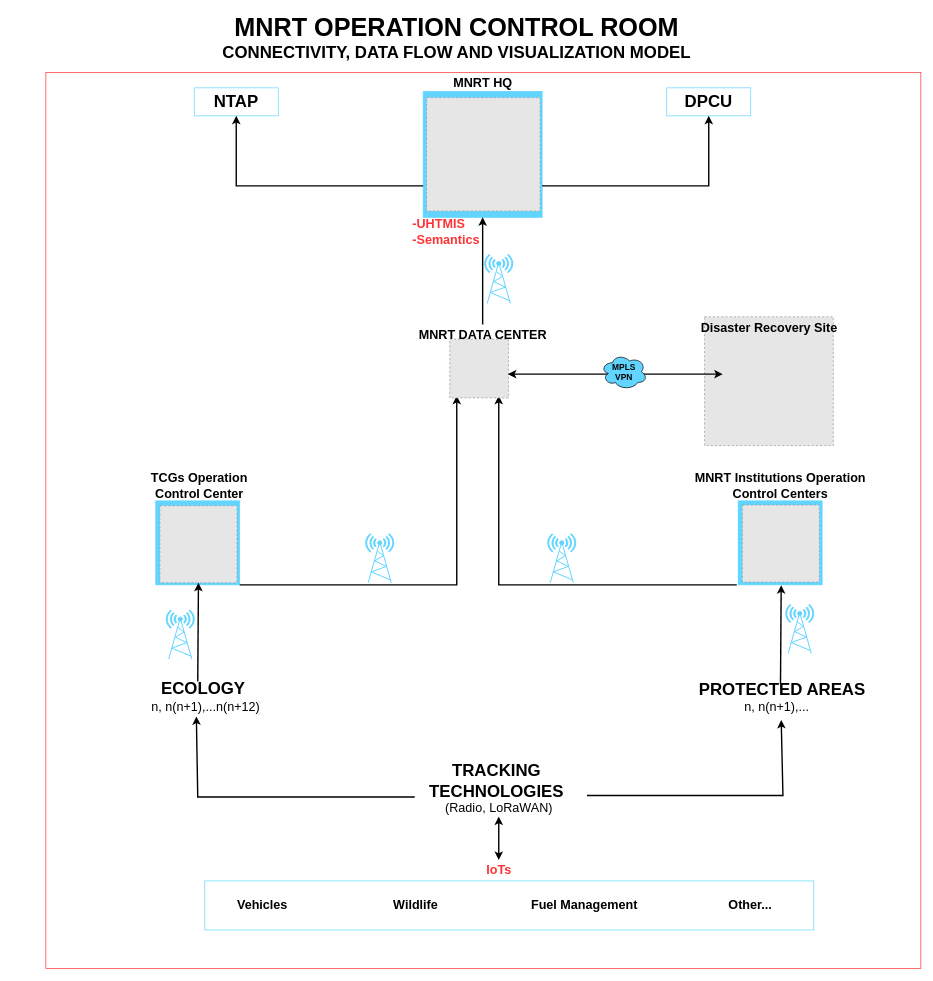
Earlier version of the draw.io diagram control-room.drawio (MbalamulaS/tech-diagrams). Source tidied: cells renumbered, new cells numbered last; positions are measured from the earlier drawing's top-left corner, leaving out a move shared by most shapes. Both pictures are drawn from the tidied source at 70%, with x=0, y=0 at pixel (12, 16). Pictures stored in the file or linked from it are replaced by grey dashed boxes.
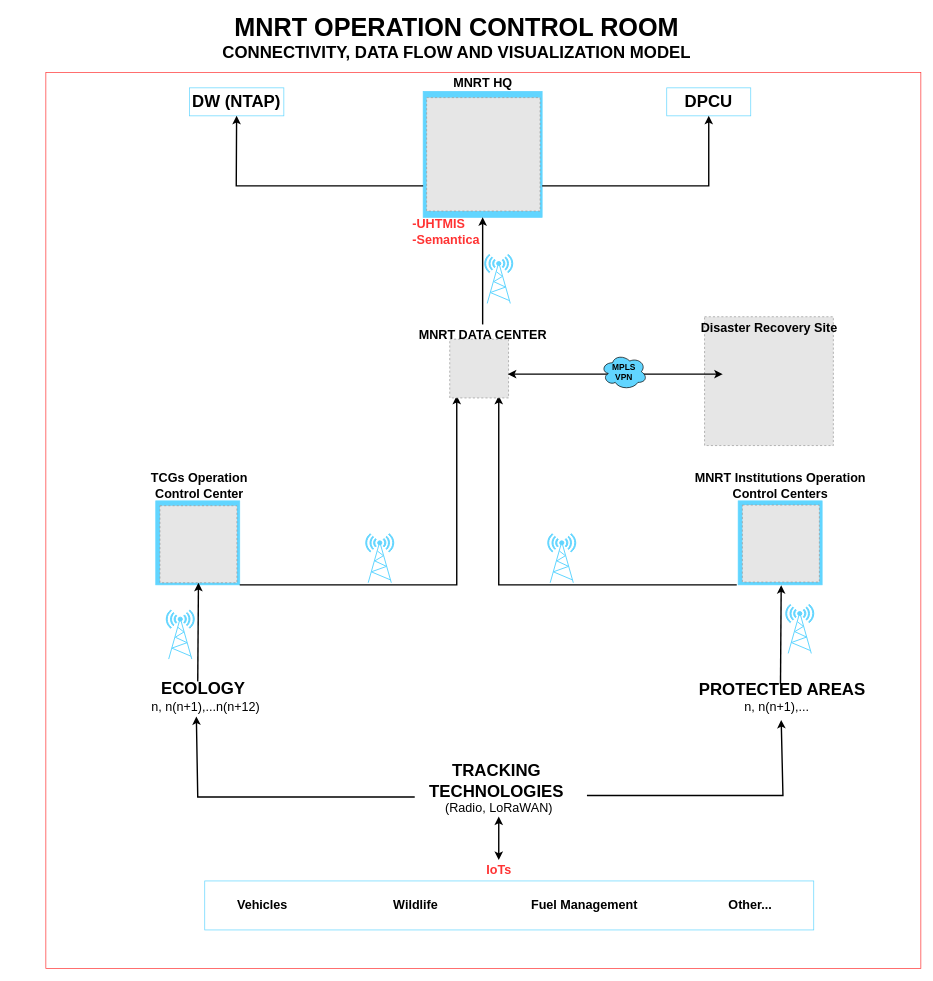
The same diagram, later.

Commit message:
control room augost 2024drawio

The edit, as a diff of the source:
```diff
@@
-    <mxCell id="25" value="&lt;b&gt;&lt;font style=&quot;font-size: 24px;&quot;&gt;NTAP&lt;/font&gt;&lt;/b&gt;" style="rounded=0;whiteSpace=wrap;html=1;strokeColor=#61D5FF;" parent="1" vertex="1">
-      <mxGeometry x="260" y="102" width="120" height="40" as="geometry" />
+    <mxCell id="25" value="&lt;b&gt;&lt;font style=&quot;font-size: 24px;&quot;&gt;DW (NTAP)&lt;/font&gt;&lt;/b&gt;" style="rounded=0;whiteSpace=wrap;html=1;strokeColor=#61D5FF;" parent="1" vertex="1">
+      <mxGeometry x="253" y="102" width="135" height="40" as="geometry" />
     </mxCell>
@@
-    <mxCell id="30" value="&lt;div align=&quot;left&quot;&gt;&lt;b&gt;&lt;font style=&quot;font-size: 18px;&quot; color=&quot;#ff3333&quot;&gt;-UHTMIS&lt;/font&gt;&lt;/b&gt;&lt;/div&gt;&lt;div align=&quot;left&quot;&gt;&lt;b&gt;&lt;font style=&quot;font-size: 18px;&quot; color=&quot;#ff3333&quot;&gt;-Semantics&lt;/font&gt;&lt;/b&gt;&lt;/div&gt;" style="text;html=1;align=left;verticalAlign=middle;whiteSpace=wrap;rounded=0;" parent="1" vertex="1">
+    <mxCell id="30" value="&lt;div align=&quot;left&quot;&gt;&lt;b&gt;&lt;font style=&quot;font-size: 18px;&quot; color=&quot;#ff3333&quot;&gt;-UHTMIS&lt;/font&gt;&lt;/b&gt;&lt;/div&gt;&lt;div align=&quot;left&quot;&gt;&lt;b&gt;&lt;font style=&quot;font-size: 18px;&quot; color=&quot;#ff3333&quot;&gt;-Semantica&lt;/font&gt;&lt;/b&gt;&lt;/div&gt;" style="text;html=1;align=left;verticalAlign=middle;whiteSpace=wrap;rounded=0;" parent="1" vertex="1">
       <mxGeometry x="570" y="286" width="130" height="44" as="geometry" />
     </mxCell>
```
